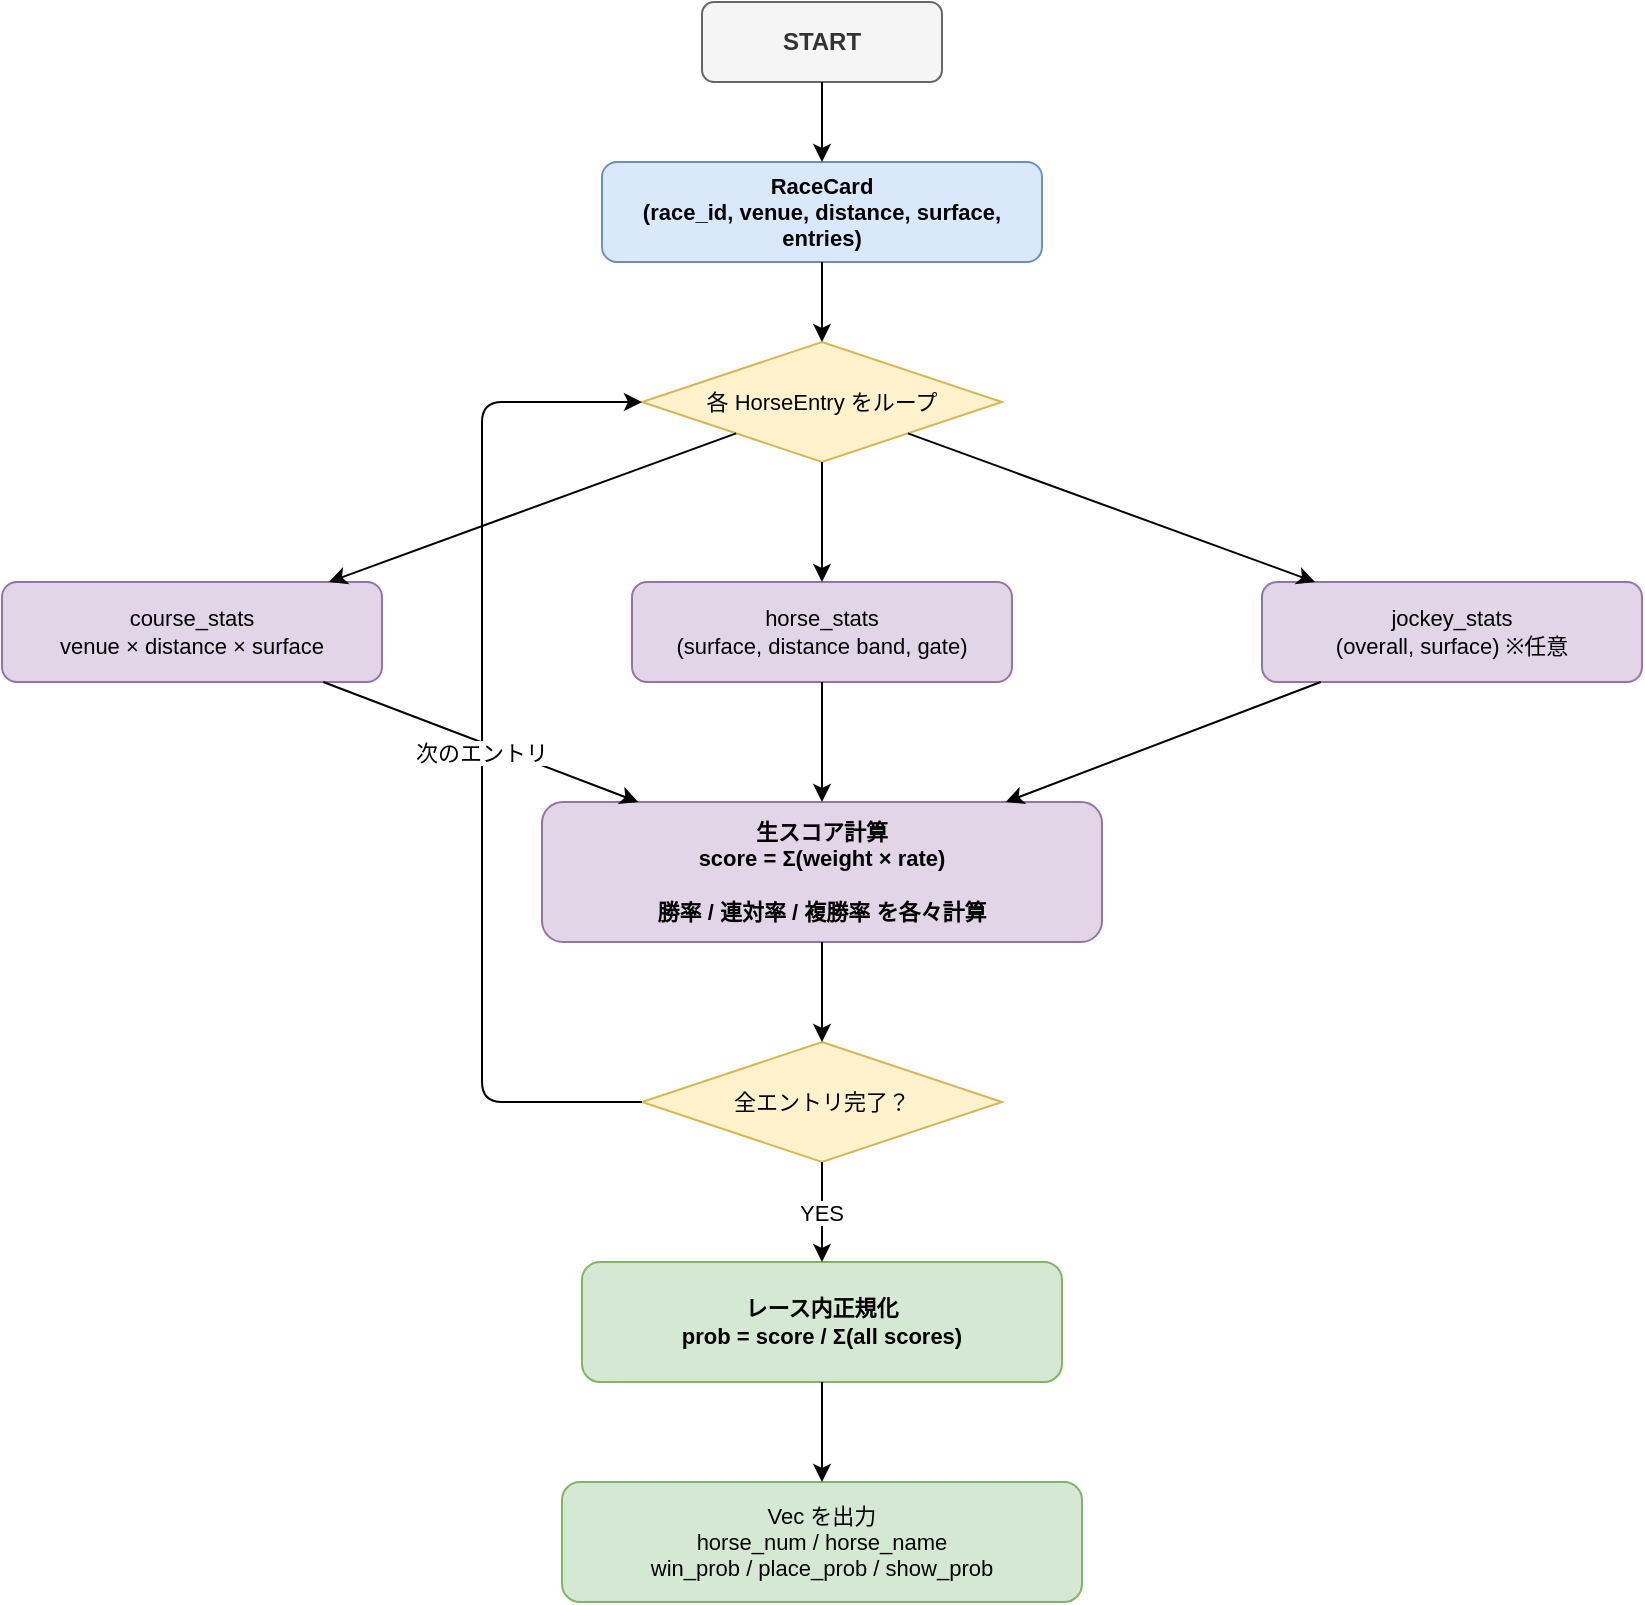
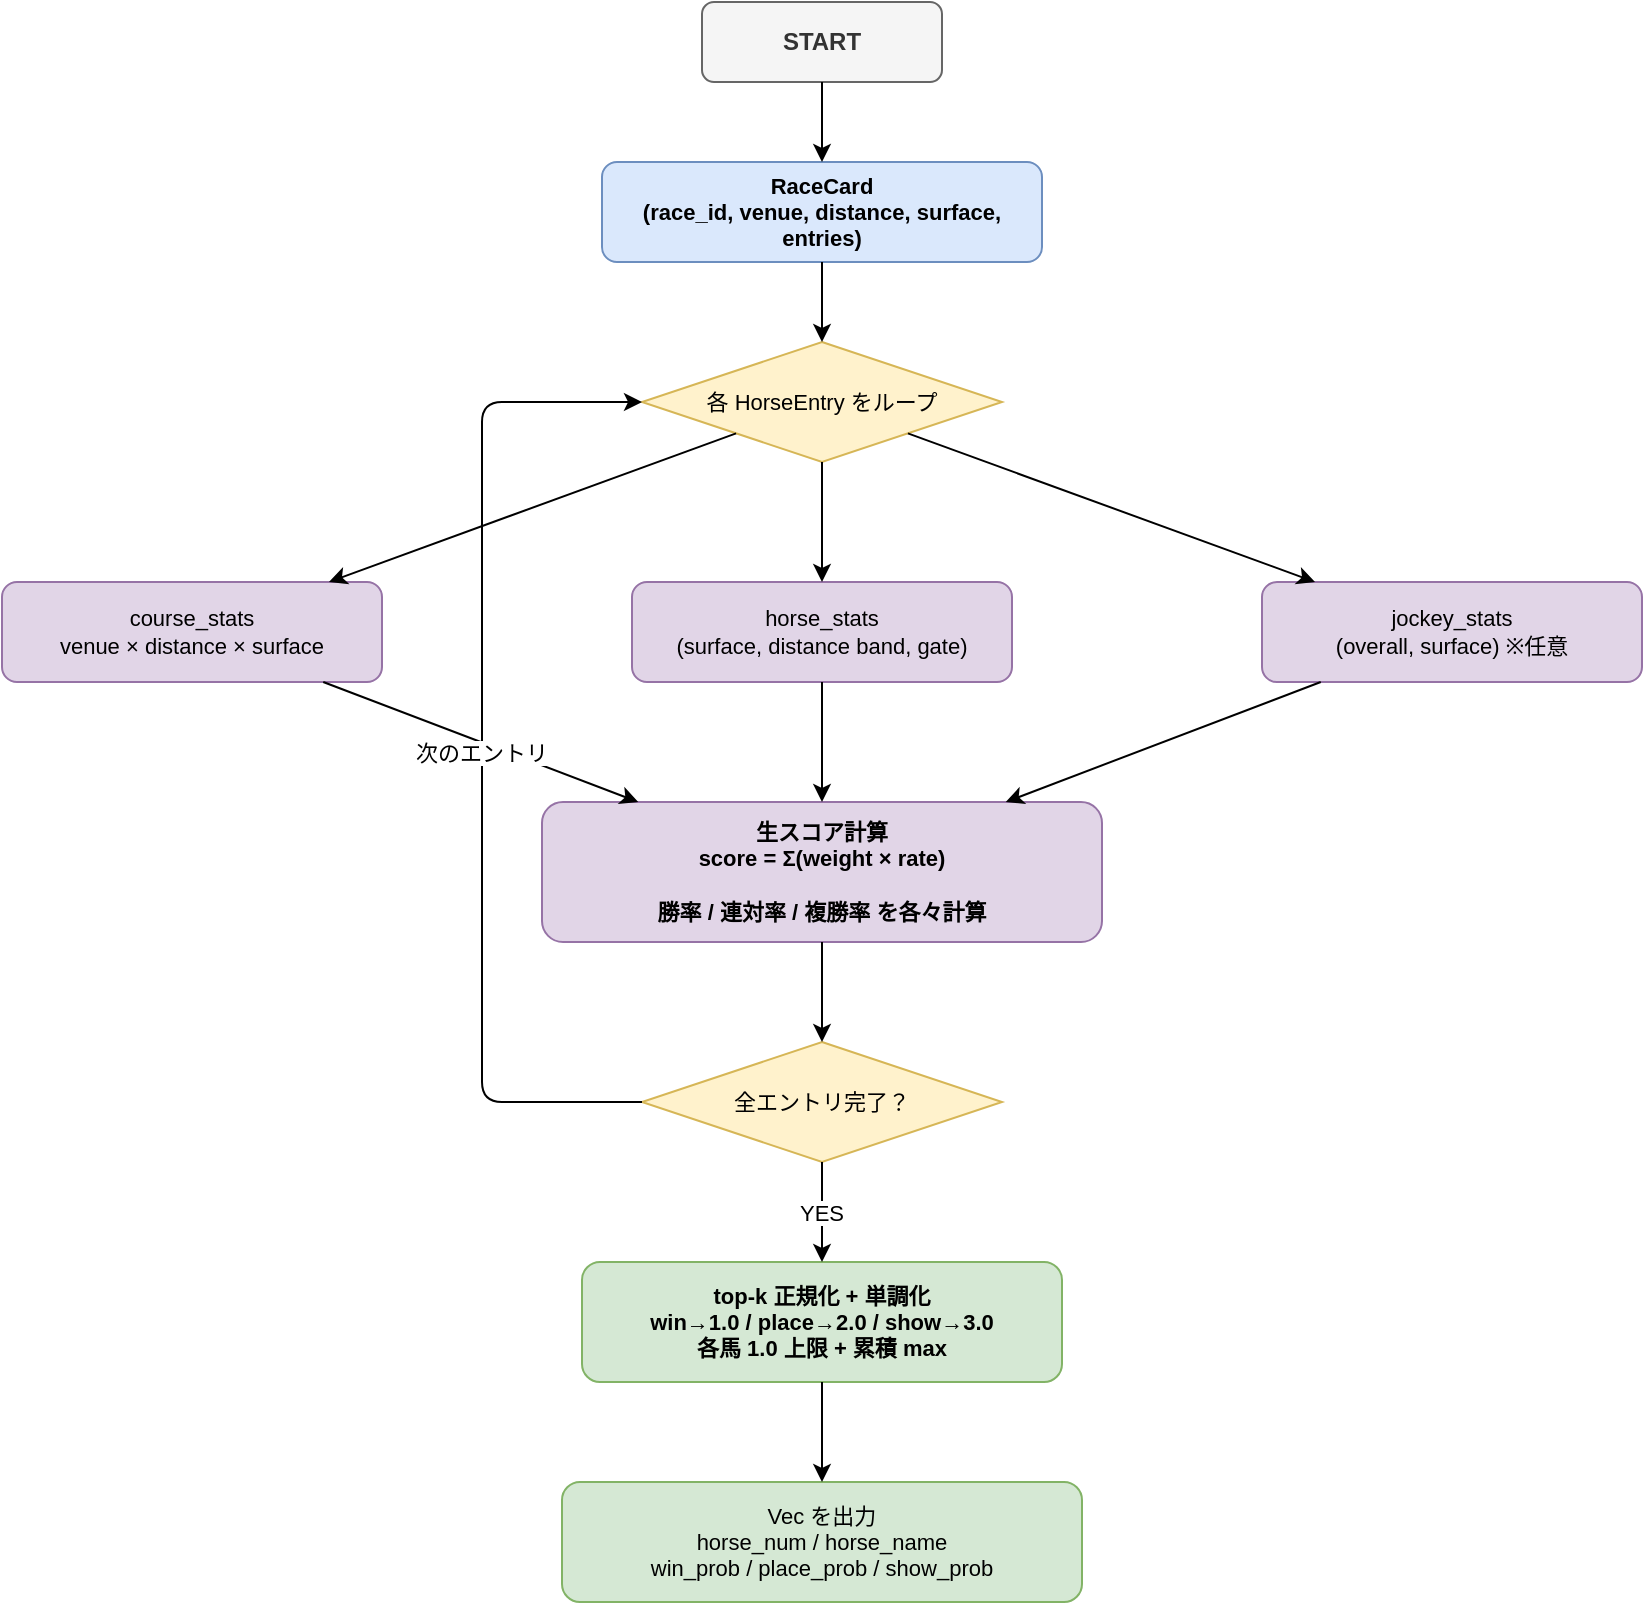
<mxfile host="app.diagrams.net" modified="2026-06-04T00:00:00.000Z" agent="Claude" version="21.0.0">
  <diagram name="着順確率推定フロー" id="probability-estimation-flow">
    <mxGraphModel dx="1422" dy="762" grid="1" gridSize="10" guides="1" tooltips="1" connect="1" arrows="1" fold="1" page="1" pageScale="1" pageWidth="1169" pageHeight="827" math="0" shadow="0">
      <root>
        <mxCell id="0" />
        <mxCell id="1" parent="0" />

        <!-- START -->
        <mxCell id="2" value="START" style="rounded=1;whiteSpace=wrap;html=1;fillColor=#f5f5f5;strokeColor=#666666;fontColor=#333333;fontStyle=1;fontSize=12;" vertex="1" parent="1">
          <mxGeometry x="510" y="40" width="120" height="40" as="geometry" />
        </mxCell>

        <!-- RaceCard 入力 -->
        <mxCell id="3" value="RaceCard&#xa;(race_id, venue, distance, surface, entries)" style="rounded=1;whiteSpace=wrap;html=1;fillColor=#dae8fc;strokeColor=#6c8ebf;fontStyle=1;fontSize=11;" vertex="1" parent="1">
          <mxGeometry x="460" y="120" width="220" height="50" as="geometry" />
        </mxCell>

        <!-- Arrow: START → RaceCard -->
        <mxCell id="4" edge="1" source="2" target="3" parent="1">
          <mxGeometry relative="1" as="geometry" />
        </mxCell>

        <!-- 各馬エントリのループ -->
        <mxCell id="5" value="各 HorseEntry をループ" style="rhombus;whiteSpace=wrap;html=1;fillColor=#fff2cc;strokeColor=#d6b656;fontSize=11;" vertex="1" parent="1">
          <mxGeometry x="480" y="210" width="180" height="60" as="geometry" />
        </mxCell>

        <!-- Arrow: RaceCard → Loop -->
        <mxCell id="6" edge="1" source="3" target="5" parent="1">
          <mxGeometry relative="1" as="geometry" />
        </mxCell>

        <!-- 並行スタッツ取得 -->
        <!-- course_stats -->
        <mxCell id="7" value="course_stats&#xa;venue × distance × surface" style="rounded=1;whiteSpace=wrap;html=1;fillColor=#e1d5e7;strokeColor=#9673a6;fontSize=11;" vertex="1" parent="1">
          <mxGeometry x="160" y="330" width="190" height="50" as="geometry" />
        </mxCell>

        <!-- horse_stats -->
        <mxCell id="8" value="horse_stats&#xa;(surface, distance band, gate)" style="rounded=1;whiteSpace=wrap;html=1;fillColor=#e1d5e7;strokeColor=#9673a6;fontSize=11;" vertex="1" parent="1">
          <mxGeometry x="475" y="330" width="190" height="50" as="geometry" />
        </mxCell>

        <!-- jockey_stats -->
        <mxCell id="9" value="jockey_stats&#xa;(overall, surface) ※任意" style="rounded=1;whiteSpace=wrap;html=1;fillColor=#e1d5e7;strokeColor=#9673a6;fontSize=11;" vertex="1" parent="1">
          <mxGeometry x="790" y="330" width="190" height="50" as="geometry" />
        </mxCell>

        <!-- Arrows: Loop → Stats -->
        <mxCell id="10" edge="1" source="5" target="7" parent="1">
          <mxGeometry relative="1" as="geometry" />
        </mxCell>
        <mxCell id="11" edge="1" source="5" target="8" parent="1">
          <mxGeometry relative="1" as="geometry" />
        </mxCell>
        <mxCell id="12" edge="1" source="5" target="9" parent="1">
          <mxGeometry relative="1" as="geometry" />
        </mxCell>

        <!-- スコア計算 -->
        <mxCell id="13" value="生スコア計算&#xa;score = Σ(weight × rate)&#xa;&#xa;勝率 / 連対率 / 複勝率 を各々計算" style="rounded=1;whiteSpace=wrap;html=1;fillColor=#e1d5e7;strokeColor=#9673a6;fontStyle=1;fontSize=11;" vertex="1" parent="1">
          <mxGeometry x="430" y="440" width="280" height="70" as="geometry" />
        </mxCell>

        <!-- Arrows: Stats → Score -->
        <mxCell id="14" edge="1" source="7" target="13" parent="1">
          <mxGeometry relative="1" as="geometry" />
        </mxCell>
        <mxCell id="15" edge="1" source="8" target="13" parent="1">
          <mxGeometry relative="1" as="geometry" />
        </mxCell>
        <mxCell id="16" edge="1" source="9" target="13" parent="1">
          <mxGeometry relative="1" as="geometry" />
        </mxCell>

        <!-- 次のエントリ or 終了 -->
        <mxCell id="17" value="全エントリ完了？" style="rhombus;whiteSpace=wrap;html=1;fillColor=#fff2cc;strokeColor=#d6b656;fontSize=11;" vertex="1" parent="1">
          <mxGeometry x="480" y="560" width="180" height="60" as="geometry" />
        </mxCell>

        <!-- Arrow: Score → Check -->
        <mxCell id="18" edge="1" source="13" target="17" parent="1">
          <mxGeometry relative="1" as="geometry" />
        </mxCell>

        <!-- Loop back -->
        <mxCell id="19" value="次のエントリ" style="edgeStyle=orthogonalEdgeStyle;" edge="1" source="17" target="5" parent="1">
          <mxGeometry relative="1" as="geometry">
            <Array as="points">
              <mxPoint x="400" y="590" />
              <mxPoint x="400" y="240" />
            </Array>
          </mxGeometry>
        </mxCell>

        <!-- 正規化 -->
-         <mxCell id="20" value="レース内正規化&#xa;prob = score / Σ(all scores)" style="rounded=1;whiteSpace=wrap;html=1;fillColor=#d5e8d4;strokeColor=#82b366;fontStyle=1;fontSize=11;" vertex="1" parent="1">
+         <mxCell id="20" value="top-k 正規化 + 単調化&#xa;win→1.0 / place→2.0 / show→3.0&#xa;各馬 1.0 上限 + 累積 max" style="rounded=1;whiteSpace=wrap;html=1;fillColor=#d5e8d4;strokeColor=#82b366;fontStyle=1;fontSize=11;" vertex="1" parent="1">
          <mxGeometry x="450" y="670" width="240" height="60" as="geometry" />
        </mxCell>

        <!-- Arrow: Done → Normalize -->
        <mxCell id="21" value="YES" edge="1" source="17" target="20" parent="1">
          <mxGeometry relative="1" as="geometry" />
        </mxCell>

        <!-- 出力 -->
        <mxCell id="22" value="Vec&lt;HorseProbability&gt; を出力&#xa;horse_num / horse_name&#xa;win_prob / place_prob / show_prob" style="rounded=1;whiteSpace=wrap;html=1;fillColor=#d5e8d4;strokeColor=#82b366;fontSize=11;" vertex="1" parent="1">
          <mxGeometry x="440" y="780" width="260" height="60" as="geometry" />
        </mxCell>

        <!-- Arrow: Normalize → Output -->
        <mxCell id="23" edge="1" source="20" target="22" parent="1">
          <mxGeometry relative="1" as="geometry" />
        </mxCell>
      </root>
    </mxGraphModel>
  </diagram>
</mxfile>
